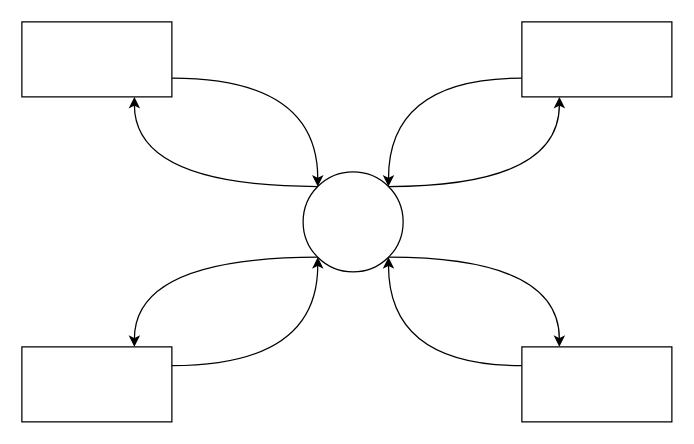
The draw.io diagram 未命名绘图.drawio in chenxuansoeasy/pfvue, before the edit. Source tidied: cells renumbered, new cells numbered last; positions are measured from the earlier drawing's top-left corner, leaving out a move shared by most shapes. Both pictures are drawn from the tidied source at 125%, with x=0, y=0 at pixel (21, 21).
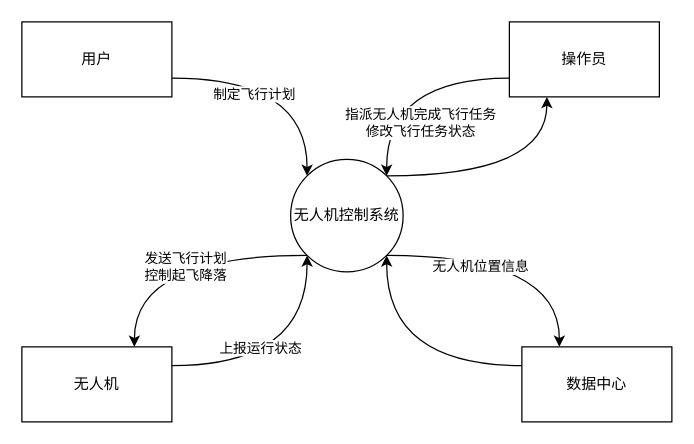
Above is the later version.

The edit, as a diff of the source:
```diff
@@
 <mxGraphModel>
   <root>
     <mxCell id="0" />
     <mxCell id="1" parent="0" />
     <mxCell id="2" style="edgeStyle=orthogonalEdgeStyle;curved=1;rounded=0;jettySize=auto;html=1;exitX=1;exitY=0.75;exitDx=0;exitDy=0;entryX=0;entryY=0;entryDx=0;entryDy=0;" parent="1" edge="1" source="3" target="14">
       <mxGeometry relative="1" as="geometry" />
     </mxCell>
+    <mxCell id="15" value="制定飞行计划" style="edgeLabel;html=1;align=center;verticalAlign=middle;" parent="2" vertex="1">
+      <mxGeometry x="-0.3" y="-12" relative="1" as="geometry" />
+    </mxCell>
-    <mxCell id="3" style="rounded=0;whiteSpace=wrap;html=1;" parent="1" vertex="1">
+    <mxCell id="3" value="用户" style="rounded=0;whiteSpace=wrap;html=1;" parent="1" vertex="1">
       <mxGeometry width="120" height="60" as="geometry" />
     </mxCell>
     <mxCell id="4" style="edgeStyle=orthogonalEdgeStyle;curved=1;rounded=0;jettySize=auto;html=1;exitX=1;exitY=0.25;exitDx=0;exitDy=0;entryX=0;entryY=1;entryDx=0;entryDy=0;" parent="1" edge="1" source="5" target="14">
       <mxGeometry relative="1" as="geometry" />
     </mxCell>
+    <mxCell id="16" value="上报运行状态" style="edgeLabel;html=1;align=center;verticalAlign=middle;" parent="4" vertex="1">
+      <mxGeometry x="-0.29" y="15" relative="1" as="geometry" />
+    </mxCell>
-    <mxCell id="5" style="rounded=0;whiteSpace=wrap;html=1;" parent="1" vertex="1">
+    <mxCell id="5" value="无人机" style="rounded=0;whiteSpace=wrap;html=1;" parent="1" vertex="1">
       <mxGeometry y="260" width="120" height="60" as="geometry" />
     </mxCell>
     <mxCell id="6" style="edgeStyle=orthogonalEdgeStyle;curved=1;rounded=0;jettySize=auto;html=1;exitX=0;exitY=0.25;exitDx=0;exitDy=0;entryX=1;entryY=1;entryDx=0;entryDy=0;" parent="1" edge="1" source="7" target="14">
       <mxGeometry relative="1" as="geometry" />
     </mxCell>
-    <mxCell id="7" style="rounded=0;whiteSpace=wrap;html=1;" parent="1" vertex="1">
+    <mxCell id="7" value="数据中心" style="rounded=0;whiteSpace=wrap;html=1;" parent="1" vertex="1">
       <mxGeometry x="400" y="260" width="120" height="60" as="geometry" />
     </mxCell>
     <mxCell id="8" style="edgeStyle=orthogonalEdgeStyle;curved=1;rounded=0;jettySize=auto;html=1;exitX=0;exitY=0.75;exitDx=0;exitDy=0;entryX=1;entryY=0;entryDx=0;entryDy=0;" parent="1" edge="1" source="9" target="14">
       <mxGeometry relative="1" as="geometry" />
     </mxCell>
+    <mxCell id="17" value="指派无人机完成飞行任务&lt;br&gt;修改飞行任务状态&lt;br&gt;" style="edgeLabel;html=1;align=center;verticalAlign=middle;" parent="8" vertex="1">
+      <mxGeometry x="-0.18" y="12" relative="1" as="geometry">
+        <mxPoint y="23" as="offset" />
+      </mxGeometry>
+    </mxCell>
-    <mxCell id="9" style="rounded=0;whiteSpace=wrap;html=1;" parent="1" vertex="1">
-      <mxGeometry x="400" width="120" height="60" as="geometry" />
+    <mxCell id="9" value="操作员" style="rounded=0;whiteSpace=wrap;html=1;" parent="1" vertex="1">
+      <mxGeometry x="390" width="120" height="60" as="geometry" />
     </mxCell>
-    <mxCell id="10" style="edgeStyle=orthogonalEdgeStyle;rounded=0;jettySize=auto;html=1;exitX=0;exitY=0;exitDx=0;exitDy=0;entryX=0.75;entryY=1;entryDx=0;entryDy=0;curved=1;" parent="1" edge="1" source="14" target="3">
-      <mxGeometry relative="1" as="geometry" />
-    </mxCell>
     <mxCell id="11" style="edgeStyle=orthogonalEdgeStyle;curved=1;rounded=0;jettySize=auto;html=1;exitX=1;exitY=0;exitDx=0;exitDy=0;entryX=0.25;entryY=1;entryDx=0;entryDy=0;" parent="1" edge="1" source="14" target="9">
       <mxGeometry relative="1" as="geometry" />
     </mxCell>
     <mxCell id="12" style="edgeStyle=orthogonalEdgeStyle;curved=1;rounded=0;jettySize=auto;html=1;exitX=0;exitY=1;exitDx=0;exitDy=0;entryX=0.75;entryY=0;entryDx=0;entryDy=0;" parent="1" edge="1" source="14" target="5">
       <mxGeometry relative="1" as="geometry" />
     </mxCell>
+    <mxCell id="18" value="发送飞行计划&lt;br&gt;控制起飞降落" style="edgeLabel;html=1;align=center;verticalAlign=middle;" parent="12" vertex="1">
+      <mxGeometry x="-0.07" y="9" relative="1" as="geometry" />
+    </mxCell>
     <mxCell id="13" style="edgeStyle=orthogonalEdgeStyle;curved=1;rounded=0;jettySize=auto;html=1;exitX=1;exitY=1;exitDx=0;exitDy=0;entryX=0.25;entryY=0;entryDx=0;entryDy=0;" parent="1" edge="1" source="14" target="7">
       <mxGeometry relative="1" as="geometry" />
     </mxCell>
+    <mxCell id="19" value="无人机位置信息" style="edgeLabel;html=1;align=center;verticalAlign=middle;" parent="13" vertex="1">
+      <mxGeometry x="-0.29" y="-9" relative="1" as="geometry" />
+    </mxCell>
-    <mxCell id="14" style="ellipse;whiteSpace=wrap;html=1;" parent="1" vertex="1">
-      <mxGeometry x="225" y="120" width="80" height="80" as="geometry" />
+    <mxCell id="14" value="无人机控制系统" style="ellipse;whiteSpace=wrap;html=1;" parent="1" vertex="1">
+      <mxGeometry x="215" y="110" width="90" height="90" as="geometry" />
     </mxCell>
   </root>
 </mxGraphModel>
```
